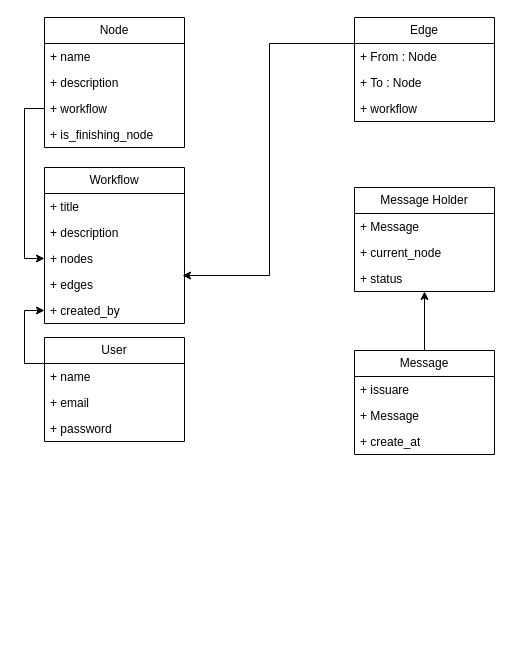
hasanforaty/FlexFlowAPI keeps this draw.io diagram as diagrams/Classes.drawio. Above is the earlier version. Source tidied: cells renumbered, new cells numbered last; positions are measured from the earlier drawing's top-left corner, leaving out a move shared by most shapes. Both pictures are drawn from the tidied source at 100%, with x=0, y=0 at pixel (44, 17).
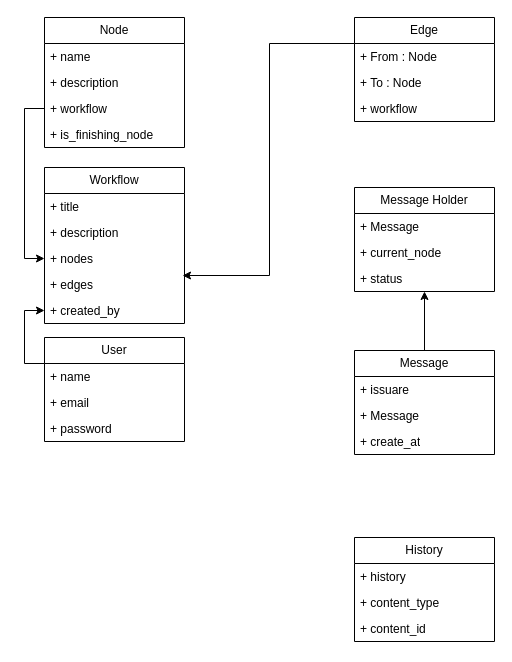
After the change.

Commit message (it also covers changes not shown here):
add  history model

Diff of the diagram source:
```diff
@@
+    <mxCell id="33" value="History" style="swimlane;fontStyle=0;horizontal=1;startSize=26;fillColor=none;whiteSpace=wrap;html=1;" parent="1" vertex="1">
+      <mxGeometry x="310" y="520" width="140" height="104" as="geometry" />
+    </mxCell>
+    <mxCell id="34" value="+ history" style="text;strokeColor=none;fillColor=none;align=left;verticalAlign=top;spacingLeft=4;spacingRight=4;overflow=hidden;whiteSpace=wrap;html=1;" parent="33" vertex="1">
+      <mxGeometry y="26" width="140" height="26" as="geometry" />
+    </mxCell>
+    <mxCell id="35" value="+ content_type" style="text;strokeColor=none;fillColor=none;align=left;verticalAlign=top;spacingLeft=4;spacingRight=4;overflow=hidden;whiteSpace=wrap;html=1;" parent="33" vertex="1">
+      <mxGeometry y="52" width="140" height="26" as="geometry" />
+    </mxCell>
+    <mxCell id="36" value="+ content_id" style="text;strokeColor=none;fillColor=none;align=left;verticalAlign=top;spacingLeft=4;spacingRight=4;overflow=hidden;whiteSpace=wrap;html=1;" parent="33" vertex="1">
+      <mxGeometry y="78" width="140" height="26" as="geometry" />
+    </mxCell>
```
